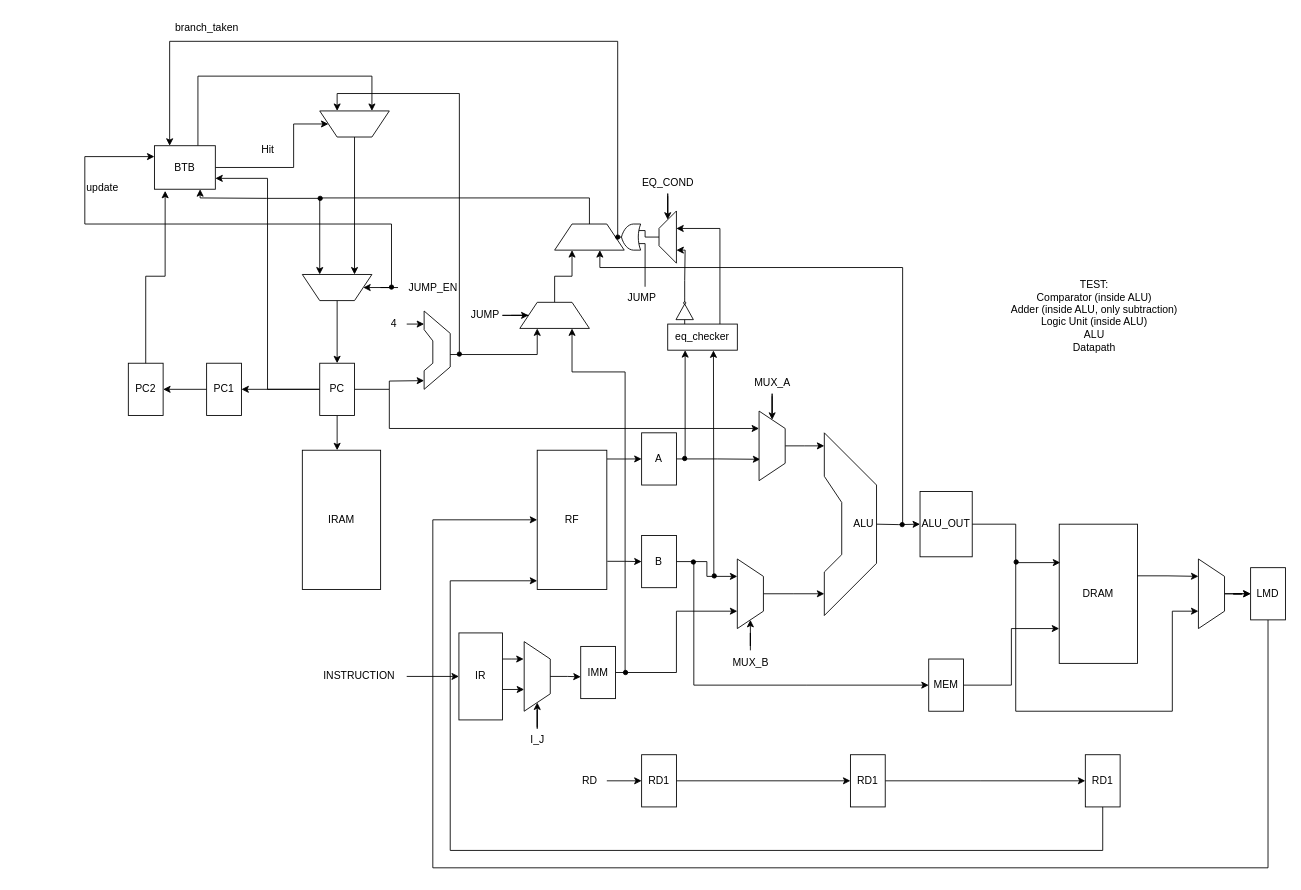
Above: dlx.drawio in Luca-002/dlx (draw.io), before the change. Source tidied: cells renumbered, new cells numbered last; positions are measured from the earlier drawing's top-left corner, leaving out a move shared by most shapes. Both pictures are drawn from the tidied source at 87%, with x=0, y=0 at pixel (76, 15).
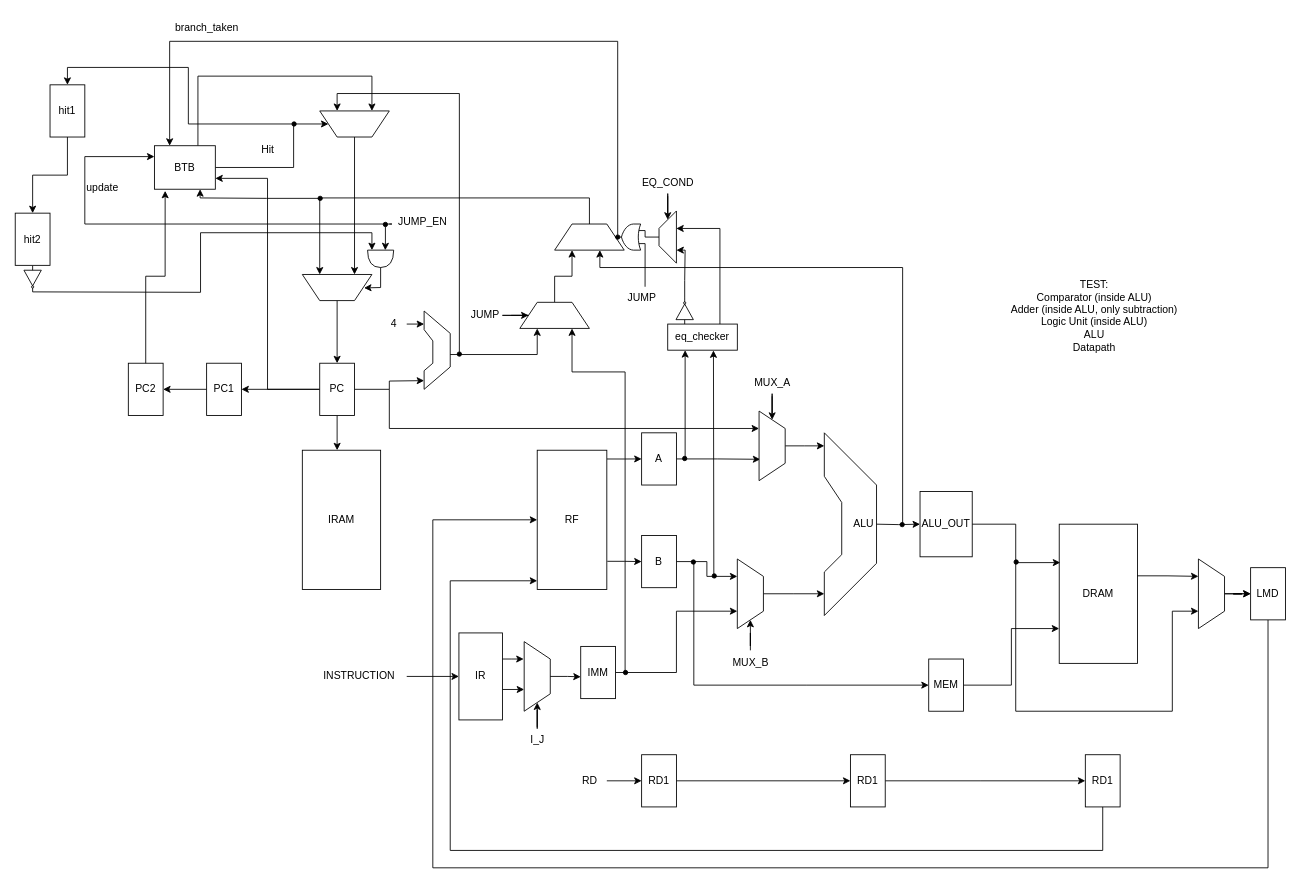
Above is the later version.

Unchanged cells that the change refers to:
```xml
<mxCell id="104" style="shape=trapezoid;perimeter=trapezoidPerimeter;whiteSpace=wrap;html=1;fixedSize=1;rotation=-180;" parent="1" vertex="1">
  <mxGeometry x="260" y="298" width="80" height="30" as="geometry" />
</mxCell>
<mxCell id="115" value="&lt;div&gt;BTB&lt;/div&gt;" style="whiteSpace=wrap;html=1;" parent="1" vertex="1">
  <mxGeometry x="90" y="150" width="70" height="50" as="geometry" />
</mxCell>
```

Change to the diagram source:
```diff
@@
-    <mxCell id="110" style="edgeStyle=orthogonalEdgeStyle;rounded=0;jettySize=auto;html=1;entryX=0;entryY=0.5;entryDx=0;entryDy=0;" parent="1" edge="1" source="111" target="104">
-      <mxGeometry relative="1" as="geometry" />
-    </mxCell>
     <mxCell id="111" value="JUMP_EN" style="text;html=1;align=center;verticalAlign=middle;points=[];strokeColor=none;fillColor=none;" parent="1" vertex="1">
-      <mxGeometry x="370" y="298" width="80" height="30" as="geometry" />
+      <mxGeometry x="358" y="222.5" width="80" height="30" as="geometry" />
     </mxCell>
@@
-    <mxCell id="125" style="edgeStyle=orthogonalEdgeStyle;rounded=0;jettySize=auto;html=1;entryX=0;entryY=0.25;entryDx=0;entryDy=0;" parent="1" edge="1" source="126" target="115">
+    <mxCell id="125" style="edgeStyle=orthogonalEdgeStyle;rounded=0;jettySize=auto;html=1;entryX=0;entryY=0.25;entryDx=0;entryDy=0;" parent="1" edge="1" target="115">
       <mxGeometry relative="1" as="geometry">
+        <mxPoint x="360" y="240" as="sourcePoint" />
         <Array as="points">
           <mxPoint x="363" y="240" />
           <mxPoint x="10" y="240" />
           <mxPoint x="10" y="163" />
         </Array>
       </mxGeometry>
     </mxCell>
-    <mxCell id="126" style="ellipse;whiteSpace=wrap;html=1;fillColor=#000000;" parent="1" vertex="1">
-      <mxGeometry x="360" y="310" width="5" height="5" as="geometry" />
-    </mxCell>
@@
+    <mxCell id="131" style="edgeStyle=orthogonalEdgeStyle;rounded=0;jettySize=auto;html=1;entryX=0.5;entryY=0;entryDx=0;entryDy=0;" parent="1" edge="1" source="132" target="133">
+      <mxGeometry relative="1" as="geometry" />
+    </mxCell>
+    <mxCell id="132" value="hit1" style="whiteSpace=wrap;html=1;" parent="1" vertex="1">
+      <mxGeometry x="-30" y="80" width="40" height="60" as="geometry" />
+    </mxCell>
+    <mxCell id="133" value="hit2" style="whiteSpace=wrap;html=1;" parent="1" vertex="1">
+      <mxGeometry x="-70" y="227.5" width="40" height="60" as="geometry" />
+    </mxCell>
+    <mxCell id="134" style="edgeStyle=orthogonalEdgeStyle;rounded=0;jettySize=auto;html=1;entryX=0.5;entryY=0;entryDx=0;entryDy=0;" parent="1" edge="1" source="135" target="132">
+      <mxGeometry relative="1" as="geometry" />
+    </mxCell>
+    <mxCell id="135" style="ellipse;whiteSpace=wrap;html=1;fillColor=#000000;" parent="1" vertex="1">
+      <mxGeometry x="248" y="122.5" width="5" height="5" as="geometry" />
+    </mxCell>
+    <mxCell id="136" style="edgeStyle=orthogonalEdgeStyle;rounded=0;jettySize=auto;html=1;entryX=0;entryY=0.833;entryDx=0;entryDy=0;entryPerimeter=0;" parent="1" edge="1" target="138">
+      <mxGeometry relative="1" as="geometry">
+        <mxPoint x="-50" y="318" as="sourcePoint" />
+      </mxGeometry>
+    </mxCell>
+    <mxCell id="137" style="verticalLabelPosition=bottom;shadow=0;dashed=0;align=center;html=1;verticalAlign=top;shape=mxgraph.electrical.logic_gates.inverter_2;rotation=90;" parent="1" vertex="1">
+      <mxGeometry x="-65" y="293" width="30" height="20" as="geometry" />
+    </mxCell>
+    <mxCell id="138" style="shape=or;whiteSpace=wrap;html=1;rotation=90;" parent="1" vertex="1">
+      <mxGeometry x="340" y="265" width="20" height="30" as="geometry" />
+    </mxCell>
+    <mxCell id="139" style="ellipse;whiteSpace=wrap;html=1;fillColor=#000000;" parent="1" vertex="1">
+      <mxGeometry x="353" y="238" width="5" height="5" as="geometry" />
+    </mxCell>
+    <mxCell id="140" style="edgeStyle=orthogonalEdgeStyle;rounded=0;jettySize=auto;html=1;entryX=0.005;entryY=0.322;entryDx=0;entryDy=0;entryPerimeter=0;" parent="1" edge="1" source="139" target="138">
+      <mxGeometry relative="1" as="geometry" />
+    </mxCell>
+    <mxCell id="141" style="endArrow=classic;html=1;rounded=0;exitX=1;exitY=0.5;exitDx=0;exitDy=0;exitPerimeter=0;entryX=0.113;entryY=0.486;entryDx=0;entryDy=0;entryPerimeter=0;" parent="1" edge="1" source="138" target="104">
+      <mxGeometry relative="1" as="geometry">
+        <Array as="points">
+          <mxPoint x="350" y="313" />
+        </Array>
+      </mxGeometry>
+    </mxCell>
```
